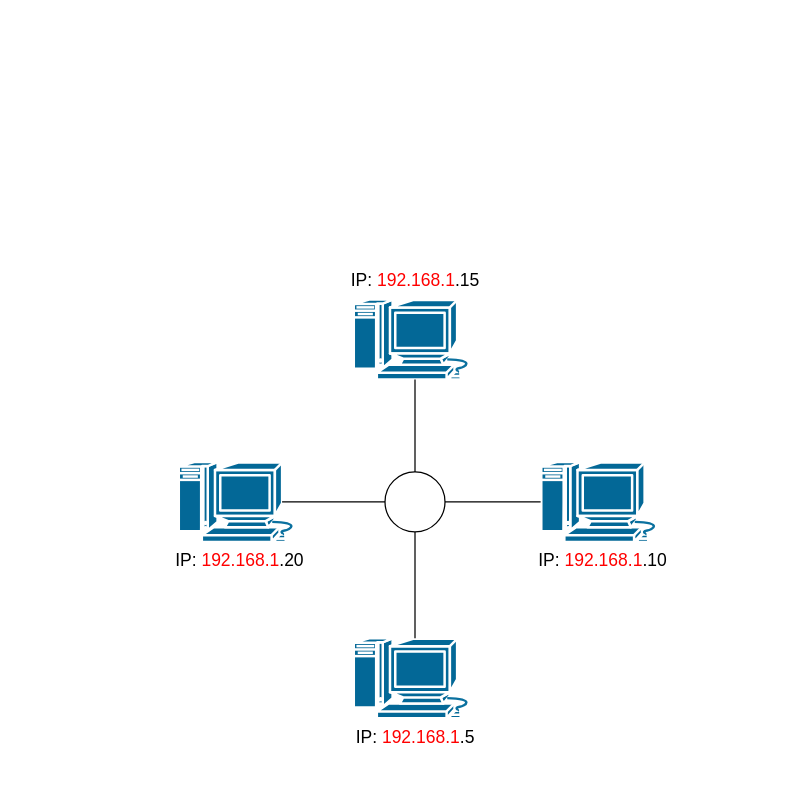
Earlier version of the draw.io diagram Unbenanntes Diagramm.drawio (PLAD26/OSI-Modell). Source tidied: cells renumbered, new cells numbered last; positions are measured from the earlier drawing's top-left corner, leaving out a move shared by most shapes. Both pictures are drawn from the tidied source at 125%, with x=0, y=0 at pixel (171, 261).
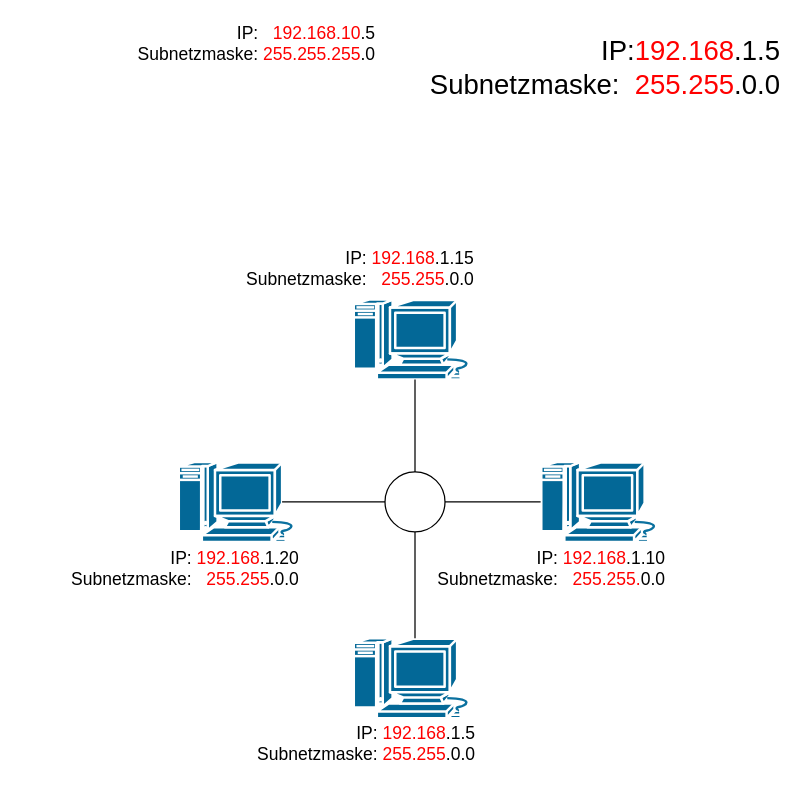
Above is the later version.

Diff of the diagram source:
```diff
@@
 <mxGraphModel>
   <root>
     <mxCell id="0" />
     <mxCell id="1" parent="0" />
     <mxCell id="2" style="sketch=0;html=1;dashed=0;fillColor=#036897;strokeColor=#ffffff;strokeWidth=2;verticalLabelPosition=bottom;verticalAlign=top;align=center;outlineConnect=0;shape=mxgraph.cisco.computers_and_peripherals.macintosh;" parent="1" vertex="1">
       <mxGeometry x="145" y="30" width="99" height="64" as="geometry" />
     </mxCell>
     <mxCell id="3" style="sketch=0;html=1;dashed=0;fillColor=#036897;strokeColor=#ffffff;strokeWidth=2;verticalLabelPosition=bottom;verticalAlign=top;align=center;outlineConnect=0;shape=mxgraph.cisco.computers_and_peripherals.macintosh;" parent="1" vertex="1">
       <mxGeometry x="145" y="301" width="99" height="64" as="geometry" />
     </mxCell>
     <mxCell id="4" style="sketch=0;html=1;dashed=0;fillColor=#036897;strokeColor=#ffffff;strokeWidth=2;verticalLabelPosition=bottom;verticalAlign=top;align=center;outlineConnect=0;shape=mxgraph.cisco.computers_and_peripherals.macintosh;" parent="1" vertex="1">
       <mxGeometry x="295" y="160" width="99" height="64" as="geometry" />
     </mxCell>
     <mxCell id="5" style="sketch=0;html=1;dashed=0;fillColor=#036897;strokeColor=#ffffff;strokeWidth=2;verticalLabelPosition=bottom;verticalAlign=top;align=center;outlineConnect=0;shape=mxgraph.cisco.computers_and_peripherals.macintosh;" parent="1" vertex="1">
       <mxGeometry x="5" y="160" width="99" height="64" as="geometry" />
     </mxCell>
     <mxCell id="6" style="edgeStyle=orthogonalEdgeStyle;rounded=0;jettySize=auto;html=1;endArrow=none;endFill=0;" parent="1" edge="1" source="8" target="3">
       <mxGeometry relative="1" as="geometry" />
     </mxCell>
     <mxCell id="7" style="edgeStyle=orthogonalEdgeStyle;rounded=0;jettySize=auto;html=1;exitX=1;exitY=0.5;exitDx=0;exitDy=0;endArrow=none;endFill=0;" parent="1" edge="1" source="8" target="4">
       <mxGeometry relative="1" as="geometry" />
     </mxCell>
     <mxCell id="8" style="ellipse;whiteSpace=wrap;html=1;" parent="1" vertex="1">
       <mxGeometry x="170.5" y="168" width="48" height="48" as="geometry" />
     </mxCell>
     <mxCell id="9" style="edgeStyle=orthogonalEdgeStyle;rounded=0;jettySize=auto;html=1;entryX=0.5;entryY=1;entryDx=0;entryDy=0;entryPerimeter=0;endArrow=none;endFill=0;" parent="1" edge="1" source="8" target="2">
       <mxGeometry relative="1" as="geometry" />
     </mxCell>
     <mxCell id="10" style="edgeStyle=orthogonalEdgeStyle;rounded=0;jettySize=auto;html=1;exitX=0;exitY=0.5;exitDx=0;exitDy=0;entryX=0.84;entryY=0.5;entryDx=0;entryDy=0;entryPerimeter=0;endArrow=none;endFill=0;" parent="1" edge="1" source="8" target="5">
       <mxGeometry relative="1" as="geometry" />
     </mxCell>
-    <mxCell id="11" value="IP: &lt;font style=&quot;color: rgb(255, 0, 0);&quot;&gt;192.168.1&lt;/font&gt;.15" style="text;html=1;whiteSpace=wrap;strokeColor=none;fillColor=none;align=center;verticalAlign=middle;rounded=0;fontSize=14;" parent="1" vertex="1">
-      <mxGeometry x="139.5" width="110" height="30" as="geometry" />
+    <mxCell id="11" value="IP:&amp;nbsp;&lt;font style=&quot;color: rgb(255, 0, 0);&quot;&gt;192.168&lt;/font&gt;&lt;font style=&quot;color: rgb(0, 0, 0);&quot;&gt;.1&lt;/font&gt;.15&lt;div&gt;Subnetzmaske:&amp;nbsp; &amp;nbsp;&lt;font style=&quot;color: rgb(255, 0, 0);&quot;&gt;255.255&lt;/font&gt;.0.0&lt;/div&gt;" style="text;html=1;whiteSpace=wrap;strokeColor=none;fillColor=none;align=right;verticalAlign=middle;rounded=0;fontSize=14;" parent="1" vertex="1">
+      <mxGeometry x="3" y="-10" width="241" height="30" as="geometry" />
     </mxCell>
-    <mxCell id="12" value="IP: &lt;font style=&quot;color: rgb(255, 0, 0);&quot;&gt;192.168.1&lt;/font&gt;.5" style="text;html=1;whiteSpace=wrap;strokeColor=none;fillColor=none;align=center;verticalAlign=middle;rounded=0;fontSize=14;" parent="1" vertex="1">
-      <mxGeometry x="139.5" y="365" width="110" height="30" as="geometry" />
+    <mxCell id="12" value="IP:&amp;nbsp;&lt;font style=&quot;color: rgb(255, 0, 0);&quot;&gt;192.168&lt;/font&gt;&lt;font style=&quot;color: rgb(0, 0, 0);&quot;&gt;.1&lt;/font&gt;.5&lt;div&gt;Subnetzmaske: &lt;font style=&quot;color: rgb(255, 0, 0);&quot;&gt;255.255&lt;/font&gt;.0.0&lt;/div&gt;" style="text;html=1;whiteSpace=wrap;strokeColor=none;fillColor=none;align=right;verticalAlign=middle;rounded=0;fontSize=14;" parent="1" vertex="1">
+      <mxGeometry x="18.5" y="370" width="225.5" height="30" as="geometry" />
     </mxCell>
-    <mxCell id="13" value="IP: &lt;font style=&quot;color: rgb(255, 0, 0);&quot;&gt;192.168.1&lt;/font&gt;.10" style="text;html=1;whiteSpace=wrap;strokeColor=none;fillColor=none;align=center;verticalAlign=middle;rounded=0;fontSize=14;" parent="1" vertex="1">
-      <mxGeometry x="289.5" y="224" width="110" height="30" as="geometry" />
+    <mxCell id="13" value="IP:&amp;nbsp;&lt;font style=&quot;color: rgb(255, 0, 0);&quot;&gt;192.168&lt;/font&gt;&lt;font style=&quot;color: rgb(0, 0, 0);&quot;&gt;.1&lt;/font&gt;.10&lt;div&gt;Subnetzmaske:&amp;nbsp; &amp;nbsp;&lt;font style=&quot;color: rgb(255, 0, 0);&quot;&gt;255.255.&lt;/font&gt;0.0&lt;/div&gt;" style="text;html=1;whiteSpace=wrap;strokeColor=none;fillColor=none;align=right;verticalAlign=middle;rounded=0;fontSize=14;" parent="1" vertex="1">
+      <mxGeometry x="170.5" y="230" width="225.5" height="30" as="geometry" />
     </mxCell>
-    <mxCell id="14" value="IP: &lt;font style=&quot;color: rgb(255, 0, 0);&quot;&gt;192.168.1&lt;/font&gt;.20" style="text;html=1;whiteSpace=wrap;strokeColor=none;fillColor=none;align=center;verticalAlign=middle;rounded=0;fontSize=14;" parent="1" vertex="1">
-      <mxGeometry x="0.1" y="224" width="108.8" height="30" as="geometry" />
+    <mxCell id="14" value="IP:&amp;nbsp;&lt;font style=&quot;color: rgb(255, 0, 0);&quot;&gt;192.168&lt;/font&gt;&lt;font style=&quot;color: rgb(0, 0, 0);&quot;&gt;.1&lt;/font&gt;.20&lt;div&gt;Subnetzmaske:&amp;nbsp; &amp;nbsp;&lt;font style=&quot;color: rgb(255, 0, 0);&quot;&gt;255.255&lt;/font&gt;.0.0&lt;/div&gt;" style="text;html=1;whiteSpace=wrap;strokeColor=none;fillColor=none;align=right;verticalAlign=middle;rounded=0;fontSize=14;" parent="1" vertex="1">
+      <mxGeometry x="-120.9" y="230" width="224.9" height="30" as="geometry" />
     </mxCell>
+    <mxCell id="15" value="IP:&amp;nbsp; &amp;nbsp;&lt;font style=&quot;color: rgb(255, 0, 0);&quot;&gt;192.168.10&lt;/font&gt;.5&lt;div&gt;Subnetzmaske:&amp;nbsp;&lt;font style=&quot;color: rgb(255, 0, 0);&quot;&gt;255.255.255&lt;/font&gt;.0&lt;/div&gt;" style="text;html=1;whiteSpace=wrap;strokeColor=none;fillColor=none;align=right;verticalAlign=middle;rounded=0;fontSize=14;" parent="1" vertex="1">
+      <mxGeometry x="-55" y="-190" width="220" height="30" as="geometry" />
+    </mxCell>
+    <mxCell id="16" value="IP:&lt;font style=&quot;color: rgb(255, 0, 0);&quot;&gt;192.168&lt;/font&gt;&lt;font style=&quot;color: rgb(0, 0, 0);&quot;&gt;.&lt;/font&gt;&lt;font style=&quot;color: rgb(0, 0, 0);&quot;&gt;1&lt;/font&gt;.5&lt;div&gt;Subnetzmaske:&amp;nbsp;&amp;nbsp;&lt;font style=&quot;color: rgb(255, 0, 0);&quot;&gt;255.255&lt;/font&gt;&lt;font style=&quot;color: rgb(0, 0, 0);&quot;&gt;.&lt;/font&gt;&lt;font style=&quot;color: rgb(0, 0, 0);&quot;&gt;0&lt;/font&gt;.0&lt;/div&gt;" style="text;html=1;whiteSpace=wrap;strokeColor=none;fillColor=none;align=right;verticalAlign=middle;rounded=0;fontSize=22;" parent="1" vertex="1">
+      <mxGeometry x="269" y="-170" width="220" height="30" as="geometry" />
+    </mxCell>
   </root>
 </mxGraphModel>
```
